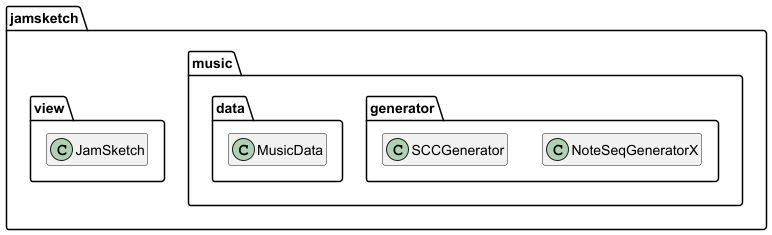
This is diagrams/JamSketch-Class-JamSketchMainClasses.png from kitaharalab/JamSketch, a PlantUML export, as it was before one commit.
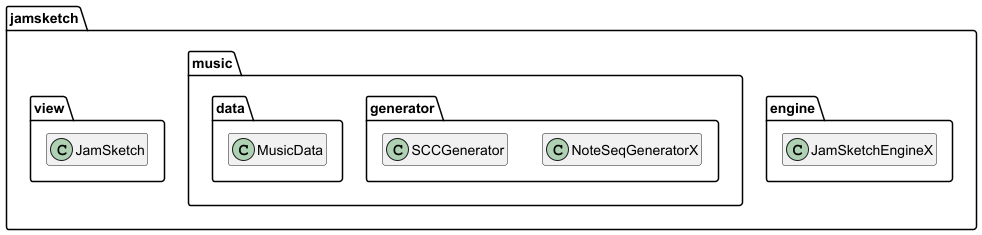
Later version of the same file.

Change to the diagram source:
```diff
@@ -2,6 +2,9 @@
 hide empty members
 
 package "jamsketch" {
+    package "engine" {
+        class JamSketchEngineX
+    }
     package "music" {
         package "generator" {
             class NoteSeqGeneratorX
```
